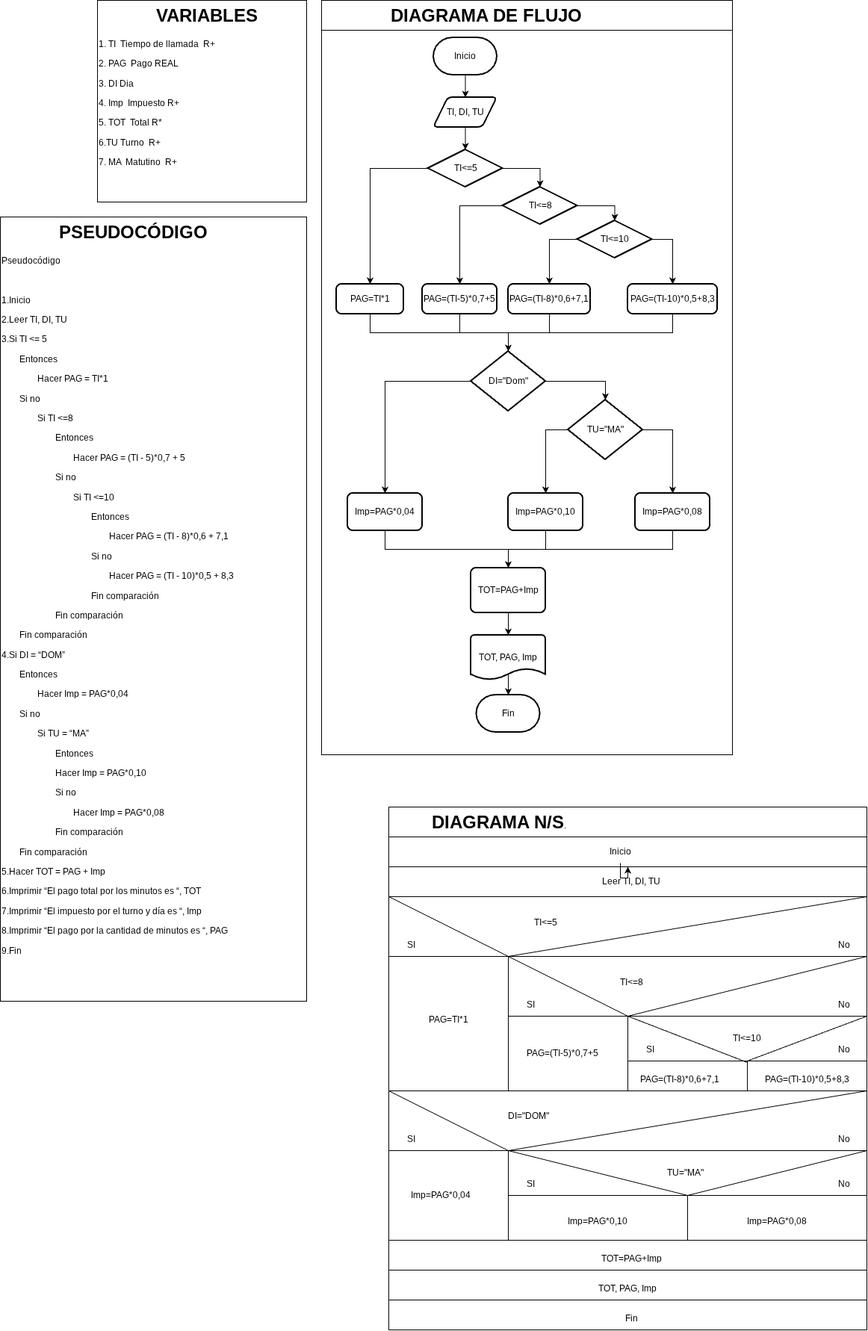
The draw.io diagram Ticket_0.2_CarlosSamosa.drawio.png in carlossamosam-a11y/67, before a commit. Source tidied: cells renumbered, new cells last; positions are measured from the earlier drawing's top-left corner, leaving out a move shared by most shapes.
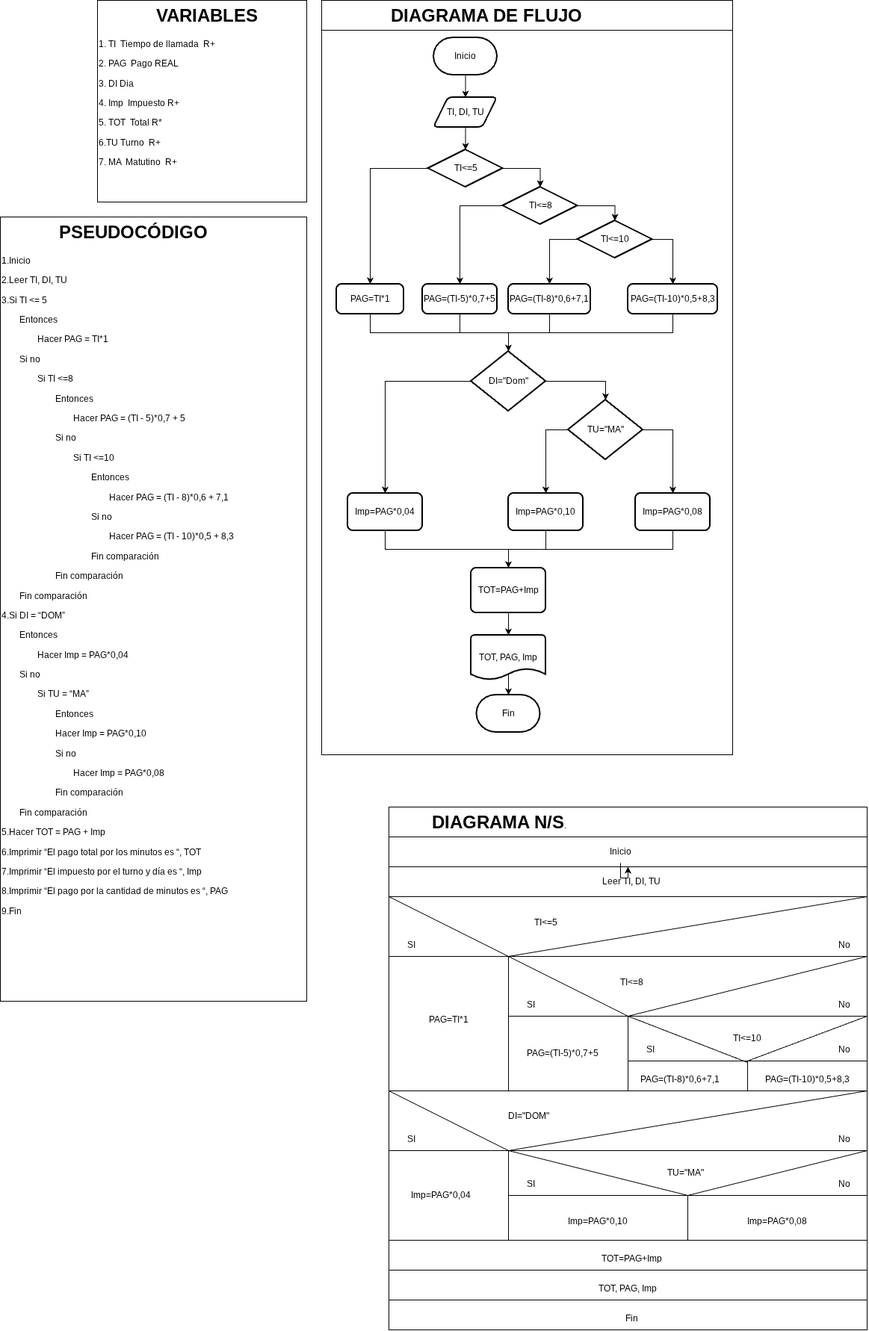
After the change.

Diff of the diagram source:
```diff
@@ -2,7 +2,7 @@
   <root>
     <mxCell id="0" />
     <mxCell id="1" parent="0" />
-    <mxCell id="2" value="&lt;h1 style=&quot;text-align: center; margin-top: 0px;&quot;&gt;&amp;nbsp; &amp;nbsp; &amp;nbsp; PSEUDOCÓDIGO&lt;/h1&gt;&lt;p&gt;Pseudocódigo&lt;/p&gt;&lt;p&gt;&lt;br&gt;&lt;/p&gt;&lt;p&gt;1.Inicio&lt;/p&gt;&lt;p&gt;2.Leer TI, DI, TU&lt;/p&gt;&lt;p&gt;3.Si TI &amp;lt;= 5&lt;/p&gt;&lt;p&gt;&lt;span style=&quot;white-space: normal;&quot;&gt;&lt;span style=&quot;white-space:pre&quot;&gt;&#9;&lt;/span&gt;Entonces&amp;nbsp;&lt;/span&gt;&lt;/p&gt;&lt;p&gt;&lt;span style=&quot;white-space: normal;&quot;&gt;&lt;span style=&quot;white-space:pre&quot;&gt;&#9;&#9;&lt;/span&gt;Hacer PAG = TI*1&lt;/span&gt;&lt;/p&gt;&lt;p&gt;&lt;span style=&quot;white-space: normal;&quot;&gt;&lt;span style=&quot;white-space:pre&quot;&gt;&#9;&lt;/span&gt;Si no&lt;/span&gt;&lt;/p&gt;&lt;p&gt;&lt;span style=&quot;white-space: normal;&quot;&gt;&lt;span style=&quot;white-space:pre&quot;&gt;&#9;&#9;&lt;/span&gt;Si TI &amp;lt;=8&lt;/span&gt;&lt;/p&gt;&lt;p&gt;&lt;span style=&quot;white-space: normal;&quot;&gt;&lt;span style=&quot;white-space:pre&quot;&gt;&#9;&#9;&#9;&lt;/span&gt;Entonces&lt;/span&gt;&lt;/p&gt;&lt;p&gt;&lt;span style=&quot;white-space: normal;&quot;&gt;&lt;span style=&quot;white-space:pre&quot;&gt;&#9;&#9;&#9;&#9;&lt;/span&gt;Hacer PAG = (TI - 5)*0,7 + 5&lt;/span&gt;&lt;/p&gt;&lt;p&gt;&lt;span style=&quot;white-space: normal;&quot;&gt;&lt;span style=&quot;white-space:pre&quot;&gt;&#9;&#9;&#9;&lt;/span&gt;Si no&lt;/span&gt;&lt;/p&gt;&lt;p&gt;&lt;span style=&quot;white-space: normal;&quot;&gt;&lt;span style=&quot;white-space:pre&quot;&gt;&#9;&#9;&#9;&#9;&lt;/span&gt;Si TI &amp;lt;=10&lt;/span&gt;&lt;/p&gt;&lt;p&gt;&lt;span style=&quot;white-space: normal;&quot;&gt;&lt;span style=&quot;white-space:pre&quot;&gt;&#9;&#9;&#9;&#9;&#9;&lt;/span&gt;Entonces&lt;/span&gt;&lt;/p&gt;&lt;p&gt;&lt;span style=&quot;white-space: normal;&quot;&gt;&lt;span style=&quot;white-space:pre&quot;&gt;&#9;&#9;&#9;&#9;&#9;&#9;&lt;/span&gt;Hacer PAG = (TI - 8)*0,6 + 7,1&lt;/span&gt;&lt;/p&gt;&lt;p&gt;&lt;span style=&quot;white-space: normal;&quot;&gt;&lt;span style=&quot;white-space:pre&quot;&gt;&#9;&#9;&#9;&#9;&#9;&lt;/span&gt;Si no&lt;/span&gt;&lt;/p&gt;&lt;p&gt;&lt;span style=&quot;white-space: normal;&quot;&gt;&lt;span style=&quot;white-space:pre&quot;&gt;&#9;&#9;&#9;&#9;&#9;&#9;&lt;/span&gt;Hacer PAG = (TI - 10)*0,5 + 8,3&lt;/span&gt;&lt;/p&gt;&lt;p&gt;&lt;span style=&quot;white-space: normal;&quot;&gt;&lt;span style=&quot;white-space:pre&quot;&gt;&#9;&#9;&#9;&#9;&#9;&lt;/span&gt;Fin comparación&lt;/span&gt;&lt;/p&gt;&lt;p&gt;&lt;span style=&quot;white-space: normal;&quot;&gt;&lt;span style=&quot;white-space:pre&quot;&gt;&#9;&#9;&#9;&lt;/span&gt;Fin comparación&lt;/span&gt;&lt;/p&gt;&lt;p&gt;&lt;span style=&quot;white-space: normal;&quot;&gt;&lt;span style=&quot;white-space:pre&quot;&gt;&#9;&lt;/span&gt;Fin comparación&lt;/span&gt;&lt;/p&gt;&lt;p&gt;4.Si DI = “DOM”&lt;/p&gt;&lt;p&gt;&lt;span style=&quot;white-space: normal;&quot;&gt;&lt;span style=&quot;white-space:pre&quot;&gt;&#9;&lt;/span&gt;Entonces&lt;/span&gt;&lt;/p&gt;&lt;p&gt;&lt;span style=&quot;white-space: normal;&quot;&gt;&lt;span style=&quot;white-space:pre&quot;&gt;&#9;&#9;&lt;/span&gt;Hacer Imp = PAG*0,04&lt;/span&gt;&lt;/p&gt;&lt;p&gt;&lt;span style=&quot;white-space: normal;&quot;&gt;&lt;span style=&quot;white-space:pre&quot;&gt;&#9;&lt;/span&gt;Si no&lt;/span&gt;&lt;/p&gt;&lt;p&gt;&lt;span style=&quot;white-space: normal;&quot;&gt;&lt;span style=&quot;white-space:pre&quot;&gt;&#9;&#9;&lt;/span&gt;Si TU = “MA”&lt;/span&gt;&lt;/p&gt;&lt;p&gt;&lt;span style=&quot;white-space: normal;&quot;&gt;&lt;span style=&quot;white-space:pre&quot;&gt;&#9;&#9;&#9;&lt;/span&gt;Entonces&lt;/span&gt;&lt;/p&gt;&lt;p&gt;&lt;span style=&quot;white-space: normal;&quot;&gt;&lt;span style=&quot;white-space:pre&quot;&gt;&#9;&#9;&#9;&lt;/span&gt;Hacer Imp = PAG*0,10&lt;/span&gt;&lt;/p&gt;&lt;p&gt;&lt;span style=&quot;white-space: normal;&quot;&gt;&lt;span style=&quot;white-space:pre&quot;&gt;&#9;&#9;&#9;&lt;/span&gt;Si no&lt;/span&gt;&lt;/p&gt;&lt;p&gt;&lt;span style=&quot;white-space: normal;&quot;&gt;&lt;span style=&quot;white-space:pre&quot;&gt;&#9;&#9;&#9;&#9;&lt;/span&gt;Hacer Imp = PAG*0,08&lt;/span&gt;&lt;/p&gt;&lt;p&gt;&lt;span style=&quot;white-space: normal;&quot;&gt;&lt;span style=&quot;white-space:pre&quot;&gt;&#9;&#9;&#9;&lt;/span&gt;Fin comparación&lt;/span&gt;&lt;/p&gt;&lt;p&gt;&lt;span style=&quot;white-space: normal;&quot;&gt;&lt;span style=&quot;white-space:pre&quot;&gt;&#9;&lt;/span&gt;Fin comparación&lt;/span&gt;&lt;/p&gt;&lt;p&gt;5.Hacer TOT = PAG + Imp&lt;/p&gt;&lt;p&gt;6.Imprimir “El pago total por los minutos es “, TOT&lt;/p&gt;&lt;p&gt;7.Imprimir “El impuesto por el turno y día es “, Imp&lt;/p&gt;&lt;p&gt;8.Imprimir “El pago por la cantidad de minutos es “, PAG&lt;/p&gt;&lt;p&gt;9.Fin&lt;/p&gt;&lt;p&gt;&lt;span style=&quot;white-space: pre; white-space: normal;&quot;&gt;&#9;&#9;&lt;/span&gt;&lt;/p&gt;&lt;div&gt;&lt;br&gt;&lt;/div&gt;&lt;p&gt;&lt;br&gt;&lt;/p&gt;" style="text;html=1;whiteSpace=wrap;overflow=hidden;rounded=0;perimeterSpacing=1;strokeColor=default;" parent="1" vertex="1">
+    <mxCell id="2" value="&lt;h1 style=&quot;text-align: center; margin-top: 0px;&quot;&gt;&amp;nbsp; &amp;nbsp; &amp;nbsp; PSEUDOCÓDIGO&lt;/h1&gt;&lt;p&gt;1.Inicio&lt;/p&gt;&lt;p&gt;2.Leer TI, DI, TU&lt;/p&gt;&lt;p&gt;3.Si TI &amp;lt;= 5&lt;/p&gt;&lt;p&gt;&lt;span style=&quot;white-space: normal;&quot;&gt;&lt;span style=&quot;white-space:pre&quot;&gt;&#9;&lt;/span&gt;Entonces&amp;nbsp;&lt;/span&gt;&lt;/p&gt;&lt;p&gt;&lt;span style=&quot;white-space: normal;&quot;&gt;&lt;span style=&quot;white-space:pre&quot;&gt;&#9;&#9;&lt;/span&gt;Hacer PAG = TI*1&lt;/span&gt;&lt;/p&gt;&lt;p&gt;&lt;span style=&quot;white-space: normal;&quot;&gt;&lt;span style=&quot;white-space:pre&quot;&gt;&#9;&lt;/span&gt;Si no&lt;/span&gt;&lt;/p&gt;&lt;p&gt;&lt;span style=&quot;white-space: normal;&quot;&gt;&lt;span style=&quot;white-space:pre&quot;&gt;&#9;&#9;&lt;/span&gt;Si TI &amp;lt;=8&lt;/span&gt;&lt;/p&gt;&lt;p&gt;&lt;span style=&quot;white-space: normal;&quot;&gt;&lt;span style=&quot;white-space:pre&quot;&gt;&#9;&#9;&#9;&lt;/span&gt;Entonces&lt;/span&gt;&lt;/p&gt;&lt;p&gt;&lt;span style=&quot;white-space: normal;&quot;&gt;&lt;span style=&quot;white-space:pre&quot;&gt;&#9;&#9;&#9;&#9;&lt;/span&gt;Hacer PAG = (TI - 5)*0,7 + 5&lt;/span&gt;&lt;/p&gt;&lt;p&gt;&lt;span style=&quot;white-space: normal;&quot;&gt;&lt;span style=&quot;white-space:pre&quot;&gt;&#9;&#9;&#9;&lt;/span&gt;Si no&lt;/span&gt;&lt;/p&gt;&lt;p&gt;&lt;span style=&quot;white-space: normal;&quot;&gt;&lt;span style=&quot;white-space:pre&quot;&gt;&#9;&#9;&#9;&#9;&lt;/span&gt;Si TI &amp;lt;=10&lt;/span&gt;&lt;/p&gt;&lt;p&gt;&lt;span style=&quot;white-space: normal;&quot;&gt;&lt;span style=&quot;white-space:pre&quot;&gt;&#9;&#9;&#9;&#9;&#9;&lt;/span&gt;Entonces&lt;/span&gt;&lt;/p&gt;&lt;p&gt;&lt;span style=&quot;white-space: normal;&quot;&gt;&lt;span style=&quot;white-space:pre&quot;&gt;&#9;&#9;&#9;&#9;&#9;&#9;&lt;/span&gt;Hacer PAG = (TI - 8)*0,6 + 7,1&lt;/span&gt;&lt;/p&gt;&lt;p&gt;&lt;span style=&quot;white-space: normal;&quot;&gt;&lt;span style=&quot;white-space:pre&quot;&gt;&#9;&#9;&#9;&#9;&#9;&lt;/span&gt;Si no&lt;/span&gt;&lt;/p&gt;&lt;p&gt;&lt;span style=&quot;white-space: normal;&quot;&gt;&lt;span style=&quot;white-space:pre&quot;&gt;&#9;&#9;&#9;&#9;&#9;&#9;&lt;/span&gt;Hacer PAG = (TI - 10)*0,5 + 8,3&lt;/span&gt;&lt;/p&gt;&lt;p&gt;&lt;span style=&quot;white-space: normal;&quot;&gt;&lt;span style=&quot;white-space:pre&quot;&gt;&#9;&#9;&#9;&#9;&#9;&lt;/span&gt;Fin comparación&lt;/span&gt;&lt;/p&gt;&lt;p&gt;&lt;span style=&quot;white-space: normal;&quot;&gt;&lt;span style=&quot;white-space:pre&quot;&gt;&#9;&#9;&#9;&lt;/span&gt;Fin comparación&lt;/span&gt;&lt;/p&gt;&lt;p&gt;&lt;span style=&quot;white-space: normal;&quot;&gt;&lt;span style=&quot;white-space:pre&quot;&gt;&#9;&lt;/span&gt;Fin comparación&lt;/span&gt;&lt;/p&gt;&lt;p&gt;4.Si DI = “DOM”&lt;/p&gt;&lt;p&gt;&lt;span style=&quot;white-space: normal;&quot;&gt;&lt;span style=&quot;white-space:pre&quot;&gt;&#9;&lt;/span&gt;Entonces&lt;/span&gt;&lt;/p&gt;&lt;p&gt;&lt;span style=&quot;white-space: normal;&quot;&gt;&lt;span style=&quot;white-space:pre&quot;&gt;&#9;&#9;&lt;/span&gt;Hacer Imp = PAG*0,04&lt;/span&gt;&lt;/p&gt;&lt;p&gt;&lt;span style=&quot;white-space: normal;&quot;&gt;&lt;span style=&quot;white-space:pre&quot;&gt;&#9;&lt;/span&gt;Si no&lt;/span&gt;&lt;/p&gt;&lt;p&gt;&lt;span style=&quot;white-space: normal;&quot;&gt;&lt;span style=&quot;white-space:pre&quot;&gt;&#9;&#9;&lt;/span&gt;Si TU = “MA”&lt;/span&gt;&lt;/p&gt;&lt;p&gt;&lt;span style=&quot;white-space: normal;&quot;&gt;&lt;span style=&quot;white-space:pre&quot;&gt;&#9;&#9;&#9;&lt;/span&gt;Entonces&lt;/span&gt;&lt;/p&gt;&lt;p&gt;&lt;span style=&quot;white-space: normal;&quot;&gt;&lt;span style=&quot;white-space:pre&quot;&gt;&#9;&#9;&#9;&lt;/span&gt;Hacer Imp = PAG*0,10&lt;/span&gt;&lt;/p&gt;&lt;p&gt;&lt;span style=&quot;white-space: normal;&quot;&gt;&lt;span style=&quot;white-space:pre&quot;&gt;&#9;&#9;&#9;&lt;/span&gt;Si no&lt;/span&gt;&lt;/p&gt;&lt;p&gt;&lt;span style=&quot;white-space: normal;&quot;&gt;&lt;span style=&quot;white-space:pre&quot;&gt;&#9;&#9;&#9;&#9;&lt;/span&gt;Hacer Imp = PAG*0,08&lt;/span&gt;&lt;/p&gt;&lt;p&gt;&lt;span style=&quot;white-space: normal;&quot;&gt;&lt;span style=&quot;white-space:pre&quot;&gt;&#9;&#9;&#9;&lt;/span&gt;Fin comparación&lt;/span&gt;&lt;/p&gt;&lt;p&gt;&lt;span style=&quot;white-space: normal;&quot;&gt;&lt;span style=&quot;white-space:pre&quot;&gt;&#9;&lt;/span&gt;Fin comparación&lt;/span&gt;&lt;/p&gt;&lt;p&gt;5.Hacer TOT = PAG + Imp&lt;/p&gt;&lt;p&gt;6.Imprimir “El pago total por los minutos es “, TOT&lt;/p&gt;&lt;p&gt;7.Imprimir “El impuesto por el turno y día es “, Imp&lt;/p&gt;&lt;p&gt;8.Imprimir “El pago por la cantidad de minutos es “, PAG&lt;/p&gt;&lt;p&gt;9.Fin&lt;/p&gt;&lt;p&gt;&lt;span style=&quot;white-space: pre; white-space: normal;&quot;&gt;&#9;&#9;&lt;/span&gt;&lt;/p&gt;&lt;div&gt;&lt;br&gt;&lt;/div&gt;&lt;p&gt;&lt;br&gt;&lt;/p&gt;" style="text;html=1;whiteSpace=wrap;overflow=hidden;rounded=0;perimeterSpacing=1;strokeColor=default;" parent="1" vertex="1">
       <mxGeometry y="290" width="410" height="1050" as="geometry" />
     </mxCell>
     <mxCell id="3" value="&lt;h1 style=&quot;text-align: center; margin-top: 0px;&quot;&gt;&amp;nbsp; &amp;nbsp; &amp;nbsp; &amp;nbsp; &amp;nbsp; &amp;nbsp;VARIABLES&lt;/h1&gt;&lt;p&gt;1. TI&amp;nbsp; Tiempo de llamada&amp;nbsp; R+&lt;/p&gt;&lt;p&gt;2. PAG&amp;nbsp; Pago REAL&lt;/p&gt;&lt;p&gt;3. DI Dia&lt;/p&gt;&lt;p&gt;4. Imp&amp;nbsp; Impuesto R+&lt;/p&gt;&lt;p&gt;5. TOT&amp;nbsp; Total R*&lt;/p&gt;&lt;p&gt;6.TU Turno&amp;nbsp; R+&lt;/p&gt;&lt;p&gt;7. MA&amp;nbsp; Matutino&amp;nbsp; R+&lt;/p&gt;&lt;p&gt;&lt;br&gt;&lt;/p&gt;" style="text;html=1;whiteSpace=wrap;overflow=hidden;rounded=0;perimeterSpacing=1;strokeColor=default;" parent="1" vertex="1">
```
